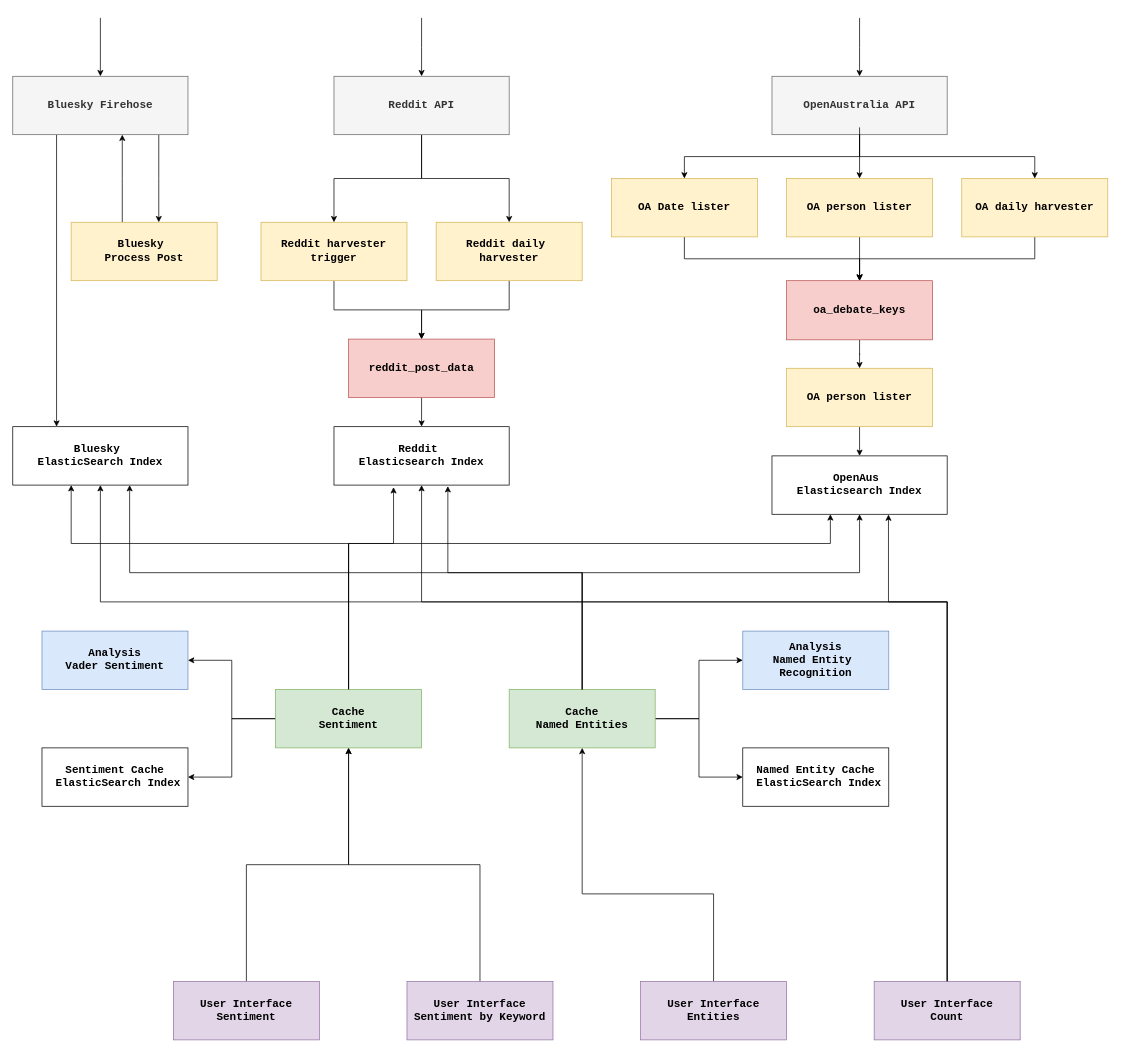
The draw.io diagram page "Page-1" (1 of 2) of docs/CCC-team57-dataflow.drawio in I-ueRya-n/CLOUD-NATIVE-REAL-TIME-BIG-DATA-PIPELINE-ANALYTICS, before the edit. Source tidied: cells renumbered, new cells numbered last; positions are measured from the earlier drawing's top-left corner, leaving out a move shared by most shapes. Both pictures are drawn from the tidied source at 73%, with x=0, y=0 at pixel (12, 18).
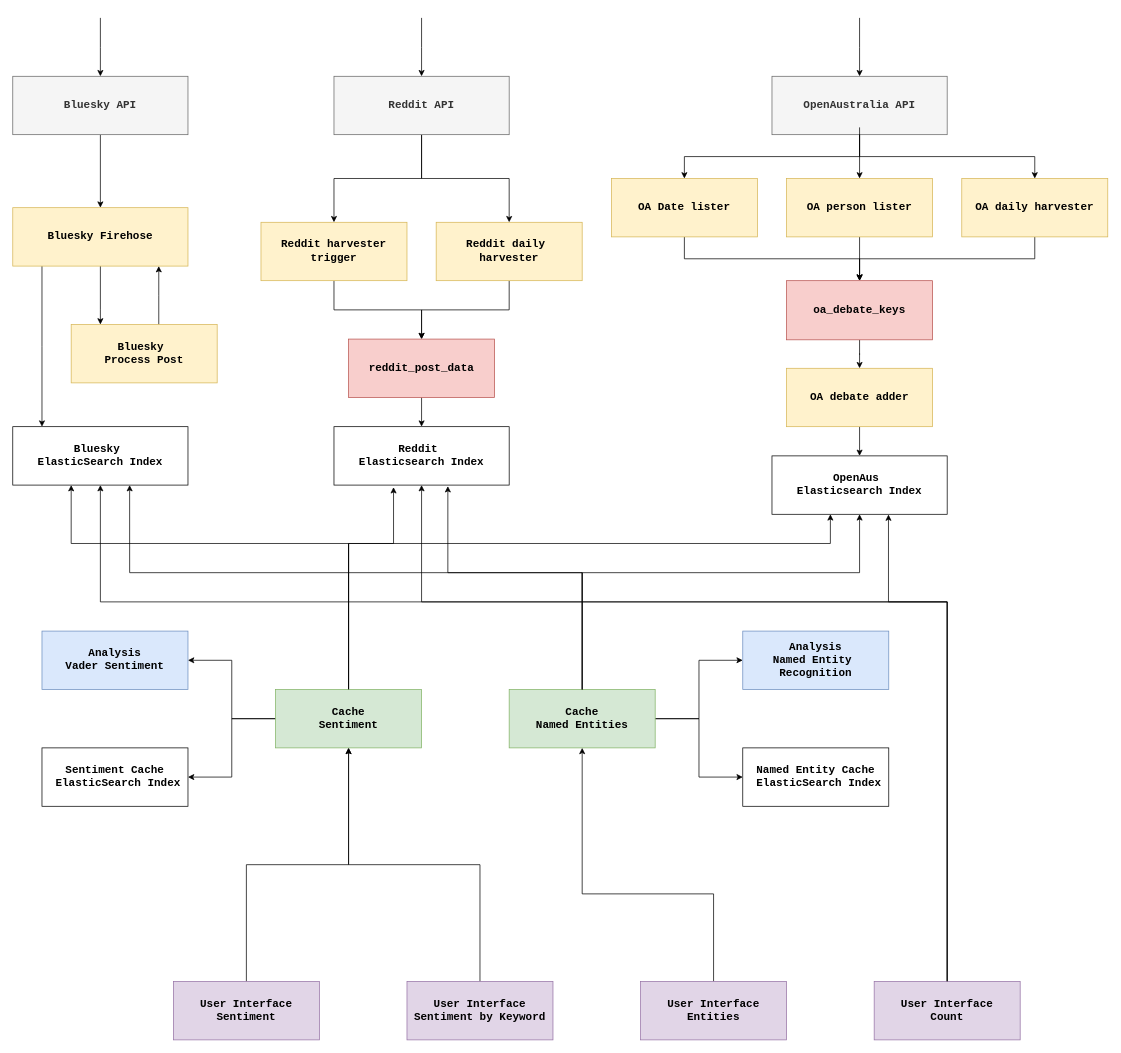
The same page after the edit.

The change refers to these unchanged cells:
```xml
<mxCell id="35" value="&lt;div&gt;&lt;b&gt;Bluesky&amp;nbsp;&lt;/b&gt;&lt;/div&gt;&lt;div&gt;&lt;b&gt;ElasticSearch Index&lt;/b&gt;&lt;/div&gt;" style="rounded=0;whiteSpace=wrap;html=1;fontSize=15;fontFamily=Courier New;" parent="1" vertex="1">
  <mxGeometry y="560" width="240" height="80" as="geometry" />
</mxCell>
```

The edit, as a diff of the source:
```diff
@@
     <mxCell id="3" style="edgeStyle=orthogonalEdgeStyle;rounded=0;jettySize=auto;html=1;fontSize=15;fontFamily=Courier New;" parent="1" edge="1" source="6" target="35">
       <mxGeometry relative="1" as="geometry">
         <Array as="points">
-          <mxPoint x="60" y="340" />
-          <mxPoint x="60" y="340" />
+          <mxPoint x="40" y="450" />
+          <mxPoint x="40" y="450" />
         </Array>
       </mxGeometry>
     </mxCell>
-    <mxCell id="4" style="edgeStyle=orthogonalEdgeStyle;rounded=0;jettySize=auto;html=1;endArrow=none;startFill=1;startArrow=classic;fontSize=15;fontFamily=Courier New;" parent="1" edge="1" source="6">
-      <mxGeometry relative="1" as="geometry">
-        <mxPoint x="120" as="targetPoint" />
-        <Array as="points">
-          <mxPoint x="120" />
-        </Array>
-      </mxGeometry>
-    </mxCell>
-    <mxCell id="5" style="edgeStyle=orthogonalEdgeStyle;rounded=0;jettySize=auto;html=1;fontSize=15;fontFamily=Courier New;" parent="1" edge="1" source="6" target="34">
+    <mxCell id="5" style="edgeStyle=orthogonalEdgeStyle;rounded=0;jettySize=auto;html=1;" parent="1" edge="1" source="6" target="34">
       <mxGeometry relative="1" as="geometry">
         <Array as="points">
-          <mxPoint x="200" y="220" />
-          <mxPoint x="200" y="220" />
+          <mxPoint x="120" y="400" />
+          <mxPoint x="120" y="400" />
         </Array>
       </mxGeometry>
     </mxCell>
-    <mxCell id="6" value="&lt;b&gt;Bluesky Firehose&lt;/b&gt;" style="rounded=0;whiteSpace=wrap;html=1;fontSize=15;fontFamily=Courier New;fillColor=#f5f5f5;fontColor=#333333;strokeColor=#666666;" parent="1" vertex="1">
-      <mxGeometry y="80" width="240" height="80" as="geometry" />
+    <mxCell id="6" value="&lt;b&gt;Bluesky Firehose&lt;/b&gt;" style="rounded=0;whiteSpace=wrap;html=1;fontSize=15;fontFamily=Courier New;fillColor=#fff2cc;strokeColor=#d6b656;" parent="1" vertex="1">
+      <mxGeometry y="260" width="240" height="80" as="geometry" />
     </mxCell>
@@
-    <mxCell id="32" value="&lt;b&gt;OA person lister&lt;/b&gt;" style="rounded=0;whiteSpace=wrap;html=1;fillColor=#fff2cc;strokeColor=#d6b656;fontSize=15;fontFamily=Courier New;" parent="1" vertex="1">
+    <mxCell id="32" value="&lt;b&gt;OA debate adder&lt;/b&gt;" style="rounded=0;whiteSpace=wrap;html=1;fillColor=#fff2cc;strokeColor=#d6b656;fontSize=15;fontFamily=Courier New;" parent="1" vertex="1">
       <mxGeometry x="1060" y="480" width="200" height="80" as="geometry" />
     </mxCell>
-    <mxCell id="33" style="edgeStyle=orthogonalEdgeStyle;rounded=0;jettySize=auto;html=1;fontSize=15;fontFamily=Courier New;" parent="1" edge="1" source="34" target="6">
+    <mxCell id="33" style="edgeStyle=orthogonalEdgeStyle;rounded=0;jettySize=auto;html=1;" parent="1" edge="1" source="34" target="6">
       <mxGeometry relative="1" as="geometry">
         <Array as="points">
-          <mxPoint x="150" y="220" />
-          <mxPoint x="150" y="220" />
+          <mxPoint x="200" y="380" />
+          <mxPoint x="200" y="380" />
         </Array>
       </mxGeometry>
     </mxCell>
     <mxCell id="34" value="&lt;div&gt;&lt;b&gt;Bluesky&amp;nbsp;&lt;/b&gt;&lt;/div&gt;&lt;div&gt;&lt;b&gt;Process Post&lt;/b&gt;&lt;/div&gt;" style="rounded=0;whiteSpace=wrap;html=1;fillColor=#fff2cc;strokeColor=#d6b656;fontSize=15;fontFamily=Courier New;" parent="1" vertex="1">
-      <mxGeometry x="80" y="280" width="200" height="80" as="geometry" />
+      <mxGeometry x="80" y="420" width="200" height="80" as="geometry" />
     </mxCell>
@@
+    <mxCell id="63" style="edgeStyle=orthogonalEdgeStyle;rounded=0;jettySize=auto;html=1;" parent="1" edge="1" source="65" target="6">
+      <mxGeometry relative="1" as="geometry" />
+    </mxCell>
+    <mxCell id="64" style="edgeStyle=orthogonalEdgeStyle;rounded=0;jettySize=auto;html=1;endArrow=none;startFill=1;startArrow=classic;" parent="1" edge="1" source="65">
+      <mxGeometry relative="1" as="geometry">
+        <mxPoint x="120" as="targetPoint" />
+      </mxGeometry>
+    </mxCell>
+    <mxCell id="65" value="&lt;b&gt;Bluesky API&lt;/b&gt;" style="rounded=0;whiteSpace=wrap;html=1;fontSize=15;fontFamily=Courier New;fillColor=#f5f5f5;fontColor=#333333;strokeColor=#666666;" parent="1" vertex="1">
+      <mxGeometry y="80" width="240" height="80" as="geometry" />
+    </mxCell>
```
